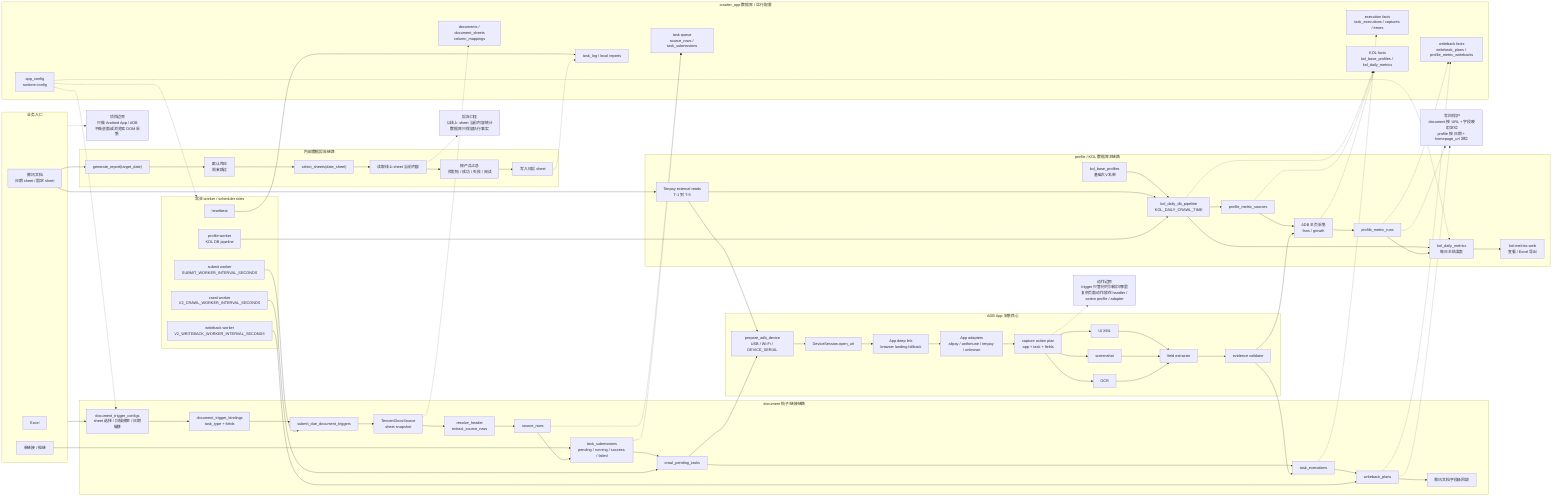
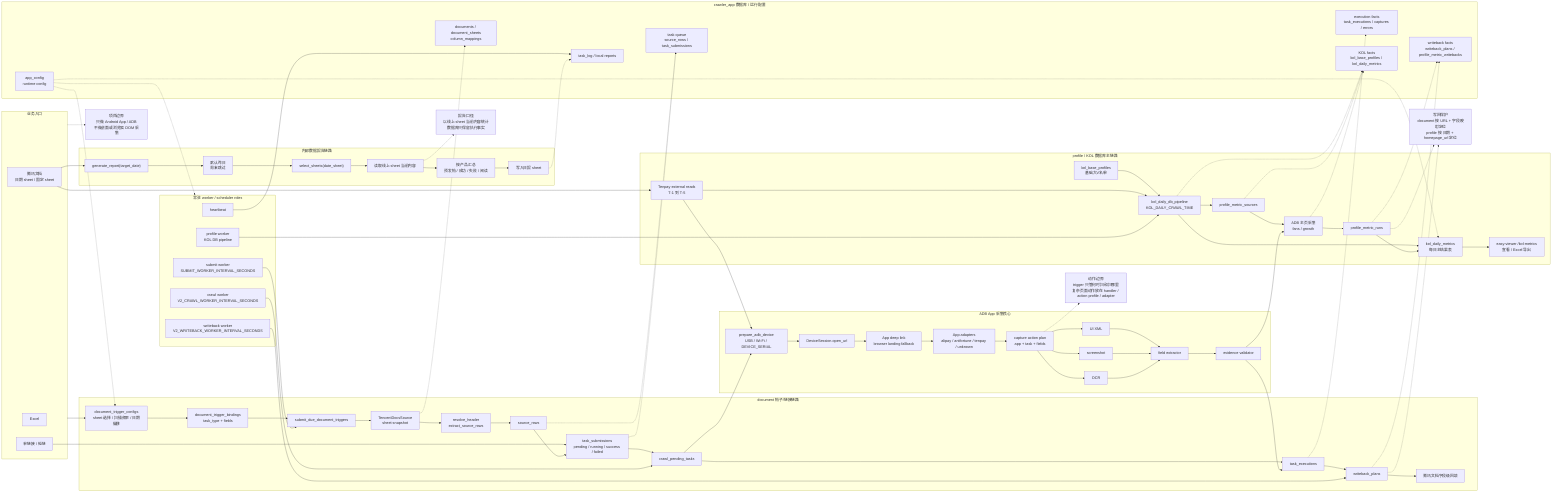
flowchart LR
    %% Maintain this source first, then regenerate docs/assets/adb-crawler-architecture.png.

    subgraph INPUT["业务入口"]
        I1["腾讯文档<br/>日期 sheet / 固定 sheet"]
        I2["Excel"]
        I3["单链接 / 短链"]
    end

    subgraph DOC["document 帖子/链接链路"]
        D1["document_trigger_configs<br/>sheet 选择 / 扫描频率 / 日期偏移"]
        D2["document_trigger_bindings<br/>task_type + fields"]
        D3["submit_due_document_triggers"]
        D4["TencentDocsSource<br/>sheet snapshot"]
        D5["resolve_header<br/>extract_source_rows"]
        D6["source_rows"]
        D7["task_submissions<br/>pending / running / success / failed"]
        D8["crawl_pending_tasks"]
        D9["task_executions"]
        D10["writeback_plans"]
        D11["腾讯文档字段级回填"]
    end

    subgraph PROFILE["profile / KOL 数据库主链路"]
        P1["kol_base_profiles<br/>基础大V名单"]
        P2["kol_daily_db_pipeline<br/>KOL_DAILY_CRAWL_TIME"]
        P3["kol_daily_metrics<br/>每日主结果表"]
        P4["Tenpay external reads<br/>T-1 到 T-5"]
        P5["profile_metric_sources"]
        P6["ADB 主页采集<br/>fans / growth"]
        P7["profile_metric_runs"]
-         P8["kol-metrics-web<br/>查看 / Excel 导出"]
+         P8["easy-viewer /kol-metrics<br/>查看 / Excel 导出"]
    end

    subgraph REPORT["内部数据报告链路"]
        R1["generate_report(target_date)"]
        R2["默认昨日<br/>周末跳过"]
        R3["select_sheets(date_sheet)"]
        R4["读取线上 sheet 当前内容"]
        R5["按产品汇总<br/>预发帖 / 成功 / 失败 / 阅读"]
        R6["写入日报 sheet"]
    end

    subgraph WORKER["常驻 worker / scheduler roles"]
        W1["submit worker<br/>SUBMIT_WORKER_INTERVAL_SECONDS"]
        W2["crawl worker<br/>V2_CRAWL_WORKER_INTERVAL_SECONDS"]
        W3["writeback worker<br/>V2_WRITEBACK_WORKER_INTERVAL_SECONDS"]
        W4["profile worker<br/>KOL DB pipeline"]
        W5["heartbeat"]
    end

    subgraph CAPTURE["ADB App 采集核心"]
        C1["prepare_adb_device<br/>USB / Wi-Fi / DEVICE_SERIAL"]
        C2["DeviceSession.open_url"]
        C3["App deep link<br/>browser landing fallback"]
        C4["App adapters<br/>alipay / antfortune / tenpay / unknown"]
        C5["capture action plan<br/>app + task + fields"]
        C6["UI XML"]
        C7["screenshot"]
        C8["OCR"]
        C9["field extractor"]
        C10["evidence validator"]
    end

    subgraph STORAGE["crawler_app 数据库 / 运行配置"]
        S1["app_config<br/>runtime config"]
        S2["documents / document_sheets<br/>column_mappings"]
        S3["task queue<br/>source_rows / task_submissions"]
        S4["execution facts<br/>task_executions / captures / errors"]
        S5["writeback facts<br/>writeback_plans / profile_metric_writebacks"]
        S6["KOL facts<br/>kol_base_profiles / kol_daily_metrics"]
        S7["task_log / local reports"]
    end

    INPUT --> D1
    I1 --> R1
    I1 --> P4
    I3 --> D7

    D1 --> D2 --> D3 --> D4 --> D5 --> D6 --> D7 --> D8 --> D9 --> D10 --> D11
    P1 --> P2 --> P3
    P4 --> P2
    P2 --> P5 --> P6 --> P7 --> P3 --> P8
    R1 --> R2 --> R3 --> R4 --> R5 --> R6

    W1 --> D3
    W2 --> D8
    W3 --> D10
    W4 --> P2
    W5 --> S7

    D8 --> C1
    P4 --> C1
    C1 --> C2 --> C3 --> C4 --> C5
    C5 --> C6 --> C9
    C5 --> C7 --> C9
    C5 --> C8 --> C9
    C9 --> C10
    C10 --> D9
    C10 --> P6

    S1 -.-> WORKER
    S1 -.-> D1
    S1 -.-> P3
    D4 -.-> S2
    D6 -.-> S3
    D7 -.-> S3
    D9 -.-> S4
    D10 -.-> S5
    P2 -.-> S6
    P5 -.-> S6
    P6 -.-> S6
    P7 -.-> S5
    R6 -.-> S7

    G1["写回保护<br/>document 按 URL + 字段映射定位<br/>profile 按 日期 + homepage_url 定位"]
    G2["报告口径<br/>以线上 sheet 当前内容统计<br/>数据库只保留执行事实"]
    G3["项目边界<br/>只做 Android App / ADB<br/>不做桌面或浏览器 DOM 采集"]
    G4["动作边界<br/>trigger 只管何时扫和扫哪里<br/>复杂页面动作放在 handler / action profile / adapter"]

    D10 -.-> G1
    P7 -.-> G1
    R4 -.-> G2
    INPUT -.-> G3
    C5 -.-> G4
